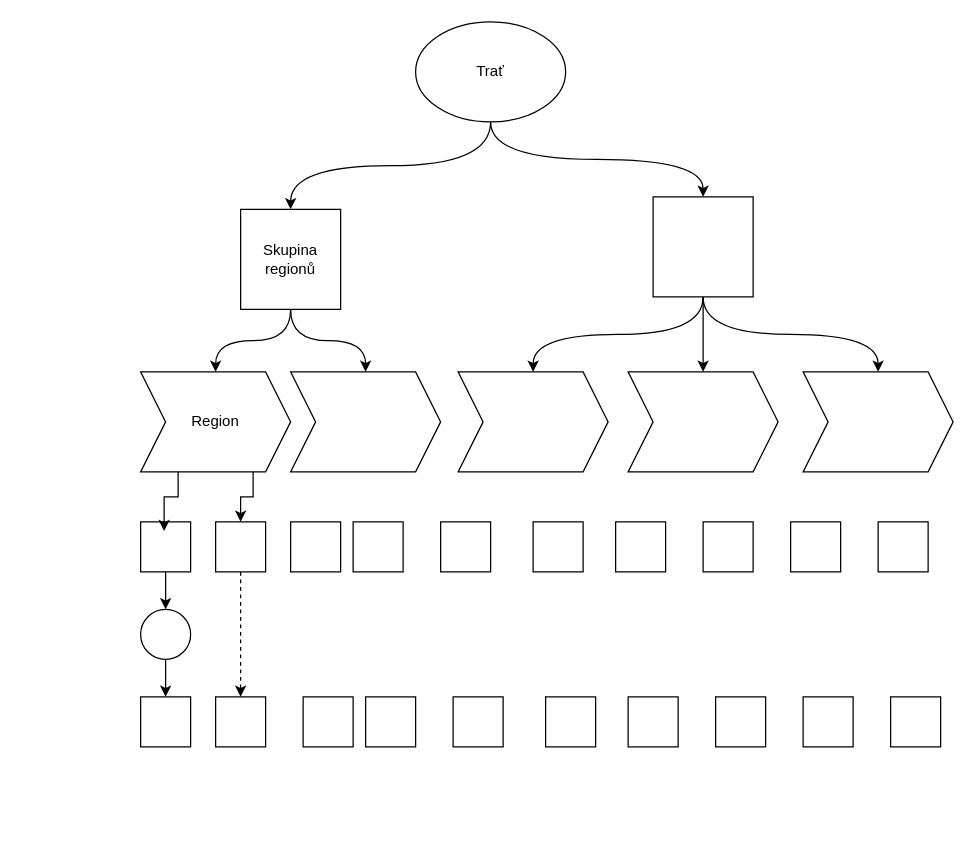
The draw.io diagram ProjectOverview.drawio in Simon-Sak/drawio-diagram-thesis, before the edit. Source tidied: cells renumbered, new cells numbered last; positions are measured from the earlier drawing's top-left corner, leaving out a move shared by most shapes. Both pictures are drawn from the tidied source at 125%, with x=0, y=0 at pixel (140, 21).
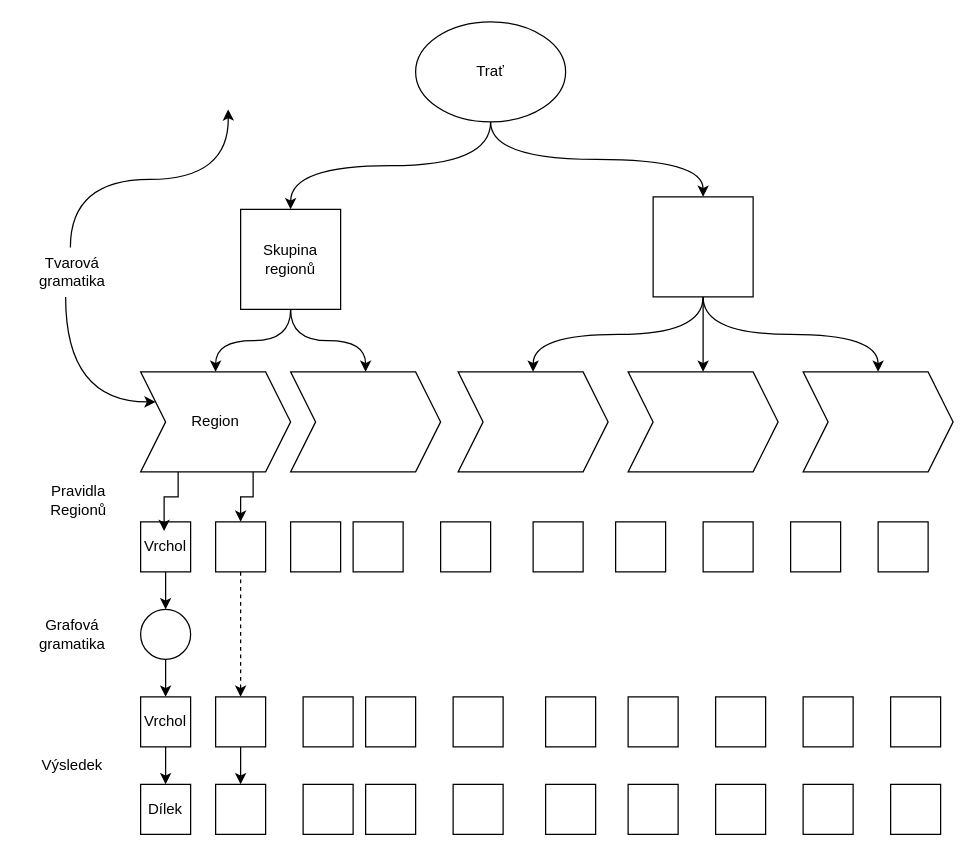
The same page after the edit.

Unchanged cells that the change refers to:
```xml
<mxCell id="13" value="Region" style="shape=step;perimeter=stepPerimeter;whiteSpace=wrap;html=1;fixedSize=1;" parent="1" vertex="1">
  <mxGeometry y="280" width="120" height="80" as="geometry" />
</mxCell>
<mxCell id="32" style="whiteSpace=wrap;html=1;" parent="1" vertex="1">
  <mxGeometry x="60" y="540" width="40" height="40" as="geometry" />
</mxCell>
```

What changed in the source:
```diff
@@
+    <mxCell id="43" style="edgeStyle=orthogonalEdgeStyle;curved=1;rounded=0;jettySize=auto;html=1;entryX=0;entryY=0.25;entryDx=0;entryDy=0;" parent="1" edge="1" source="48" target="13">
+      <mxGeometry relative="1" as="geometry">
+        <Array as="points">
+          <mxPoint x="-60" y="304" />
+        </Array>
+      </mxGeometry>
+    </mxCell>
@@
-    <mxCell id="19" style="whiteSpace=wrap;html=1;" parent="1" vertex="1">
+    <mxCell id="19" value="Vrchol" style="whiteSpace=wrap;html=1;" parent="1" vertex="1">
       <mxGeometry y="400" width="40" height="40" as="geometry" />
     </mxCell>
@@
+    <mxCell id="44" style="edgeStyle=orthogonalEdgeStyle;curved=1;rounded=0;jettySize=auto;html=1;exitX=0.5;exitY=1;exitDx=0;exitDy=0;entryX=0.5;entryY=0;entryDx=0;entryDy=0;" parent="1" edge="1" source="31" target="50">
+      <mxGeometry relative="1" as="geometry" />
+    </mxCell>
-    <mxCell id="31" style="whiteSpace=wrap;html=1;" parent="1" vertex="1">
+    <mxCell id="31" value="Vrchol" style="whiteSpace=wrap;html=1;" parent="1" vertex="1">
       <mxGeometry y="540" width="40" height="40" as="geometry" />
     </mxCell>
+    <mxCell id="45" style="edgeStyle=orthogonalEdgeStyle;curved=1;rounded=0;jettySize=auto;html=1;exitX=0.5;exitY=1;exitDx=0;exitDy=0;entryX=0.5;entryY=0;entryDx=0;entryDy=0;" parent="1" edge="1" source="32" target="51">
+      <mxGeometry relative="1" as="geometry" />
+    </mxCell>
@@
+    <mxCell id="46" value="Grafová&lt;div&gt;gramatika&lt;/div&gt;" style="text;html=1;align=center;verticalAlign=middle;strokeColor=none;fillColor=none;" parent="1" vertex="1">
+      <mxGeometry x="-95" y="470" width="80" height="40" as="geometry" />
+    </mxCell>
+    <mxCell id="47" value="Pravidla&lt;div&gt;Regionů&lt;/div&gt;" style="text;html=1;align=center;verticalAlign=middle;strokeColor=none;fillColor=none;" parent="1" vertex="1">
+      <mxGeometry x="-85" y="363" width="70" height="40" as="geometry" />
+    </mxCell>
+    <mxCell id="48" value="Tvarová&lt;div&gt;gramatika&lt;/div&gt;" style="text;html=1;align=center;verticalAlign=middle;points=[];strokeColor=none;fillColor=none;" parent="1" vertex="1">
+      <mxGeometry x="-95" y="180" width="80" height="40" as="geometry" />
+    </mxCell>
+    <mxCell id="49" style="edgeStyle=orthogonalEdgeStyle;curved=1;rounded=0;jettySize=auto;html=1;exitX=0.485;exitY=0.01;exitDx=0;exitDy=0;exitPerimeter=0;" parent="1" edge="1" source="48">
+      <mxGeometry relative="1" as="geometry">
+        <mxPoint x="70" y="70" as="targetPoint" />
+        <Array as="points">
+          <mxPoint x="-56" y="126" />
+          <mxPoint x="71" y="126" />
+        </Array>
+      </mxGeometry>
+    </mxCell>
+    <mxCell id="50" value="Dílek" style="whiteSpace=wrap;html=1;" parent="1" vertex="1">
+      <mxGeometry y="610" width="40" height="40" as="geometry" />
+    </mxCell>
+    <mxCell id="51" style="whiteSpace=wrap;html=1;" parent="1" vertex="1">
+      <mxGeometry x="60" y="610" width="40" height="40" as="geometry" />
+    </mxCell>
+    <mxCell id="52" style="whiteSpace=wrap;html=1;" parent="1" vertex="1">
+      <mxGeometry x="130" y="610" width="40" height="40" as="geometry" />
+    </mxCell>
+    <mxCell id="53" style="whiteSpace=wrap;html=1;" parent="1" vertex="1">
+      <mxGeometry x="180" y="610" width="40" height="40" as="geometry" />
+    </mxCell>
+    <mxCell id="54" style="whiteSpace=wrap;html=1;" parent="1" vertex="1">
+      <mxGeometry x="250" y="610" width="40" height="40" as="geometry" />
+    </mxCell>
+    <mxCell id="55" style="whiteSpace=wrap;html=1;" parent="1" vertex="1">
+      <mxGeometry x="324" y="610" width="40" height="40" as="geometry" />
+    </mxCell>
+    <mxCell id="56" style="whiteSpace=wrap;html=1;" parent="1" vertex="1">
+      <mxGeometry x="390" y="610" width="40" height="40" as="geometry" />
+    </mxCell>
+    <mxCell id="57" style="whiteSpace=wrap;html=1;" parent="1" vertex="1">
+      <mxGeometry x="460" y="610" width="40" height="40" as="geometry" />
+    </mxCell>
+    <mxCell id="58" style="whiteSpace=wrap;html=1;" parent="1" vertex="1">
+      <mxGeometry x="530" y="610" width="40" height="40" as="geometry" />
+    </mxCell>
+    <mxCell id="59" style="whiteSpace=wrap;html=1;" parent="1" vertex="1">
+      <mxGeometry x="600" y="610" width="40" height="40" as="geometry" />
+    </mxCell>
+    <mxCell id="60" value="Výsledek" style="text;html=1;align=center;verticalAlign=middle;strokeColor=none;fillColor=none;" parent="1" vertex="1">
+      <mxGeometry x="-90" y="580" width="70" height="30" as="geometry" />
+    </mxCell>
```
